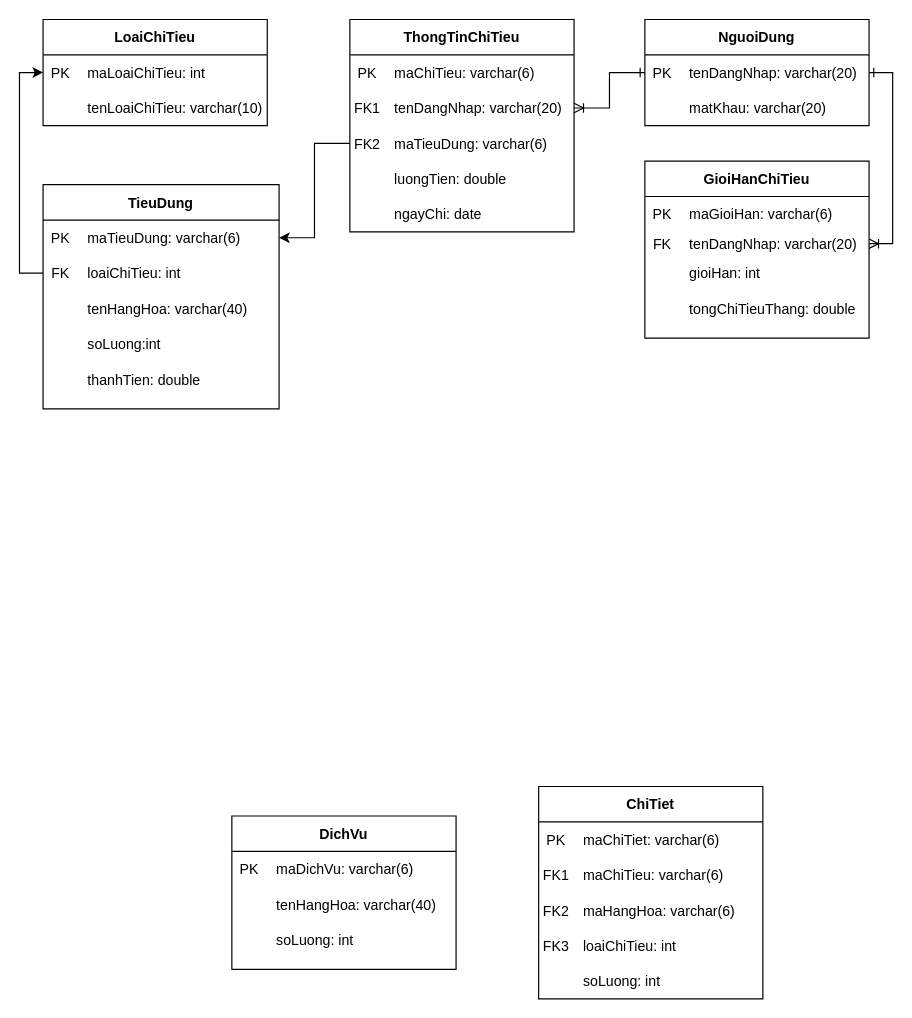
The draw.io diagram Diagrams/ERD.drawio in AkallHuynh/IS216.L21.HTCL-Java, before the edit. Source tidied: cells renumbered, new cells numbered last; positions are measured from the earlier drawing's top-left corner, leaving out a move shared by most shapes. Both pictures are drawn from the tidied source at 118%, with x=0, y=0 at pixel (19, 19).
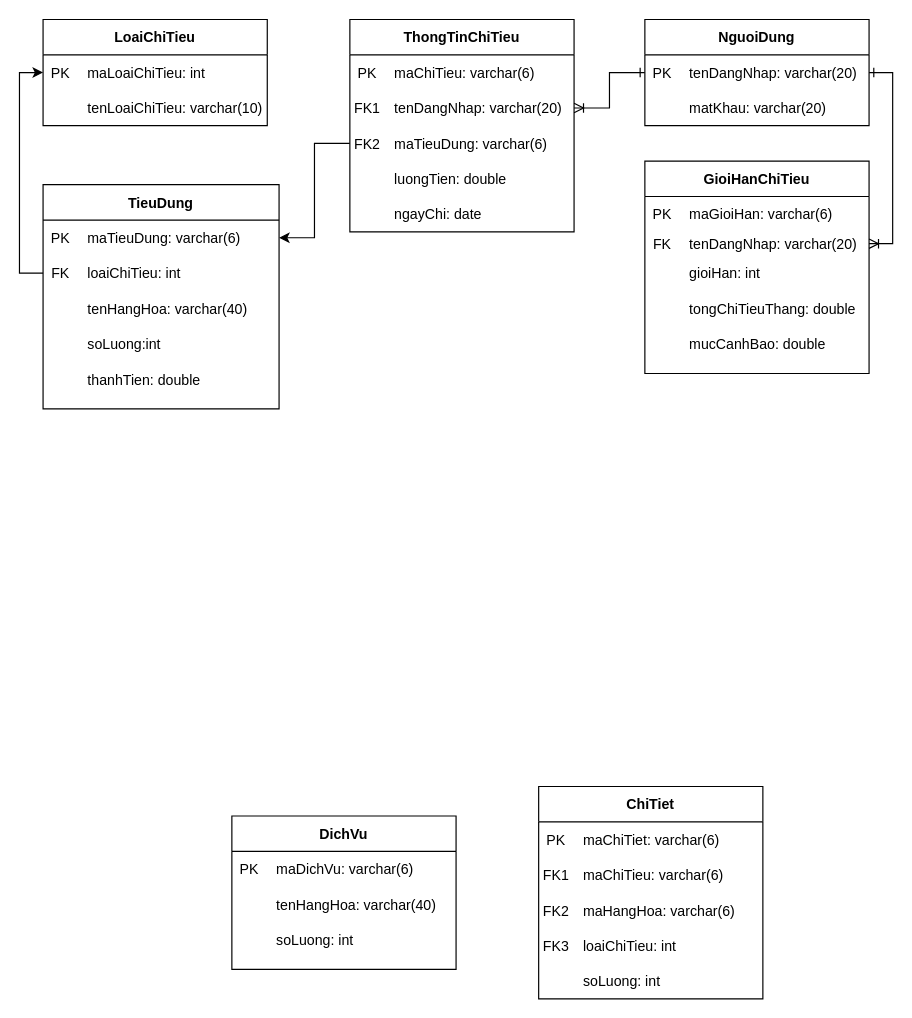
Above is the later version.

The edit, as a diff of the source:
```diff
@@
     <mxCell id="20" value="GioiHanChiTieu" style="swimlane;fontStyle=1;horizontal=1;startSize=30;fillColor=#ffffff;swimlaneFillColor=#ffffff;" parent="1" vertex="1">
-      <mxGeometry x="530" y="120" width="190" height="150" as="geometry" />
+      <mxGeometry x="530" y="120" width="190" height="180" as="geometry" />
     </mxCell>
     <mxCell id="21" style="shape=table;startSize=0;childLayout=tableLayout;rowLines=0;fontStyle=0;align=center;strokeColor=none;fillColor=none;" parent="20" vertex="1">
-      <mxGeometry y="30" width="190" height="120" as="geometry" />
+      <mxGeometry y="30" width="190" height="150" as="geometry" />
     </mxCell>
@@
+    <mxCell id="98" style="shape=partialRectangle;fillColor=none;top=0;left=0;bottom=0;right=0;" parent="21" vertex="1">
+      <mxGeometry y="110" width="190" height="30" as="geometry" />
+    </mxCell>
+    <mxCell id="99" style="shape=partialRectangle;fillColor=none;top=0;left=0;bottom=0;right=0;overflow=hidden;" parent="98" vertex="1">
+      <mxGeometry width="30" height="30" as="geometry" />
+    </mxCell>
+    <mxCell id="100" value="mucCanhBao: double" style="shape=partialRectangle;fillColor=none;top=0;left=0;bottom=0;right=0;align=left;spacingLeft=6;overflow=hidden;" parent="98" vertex="1">
+      <mxGeometry x="30" width="160" height="30" as="geometry" />
+    </mxCell>
```
